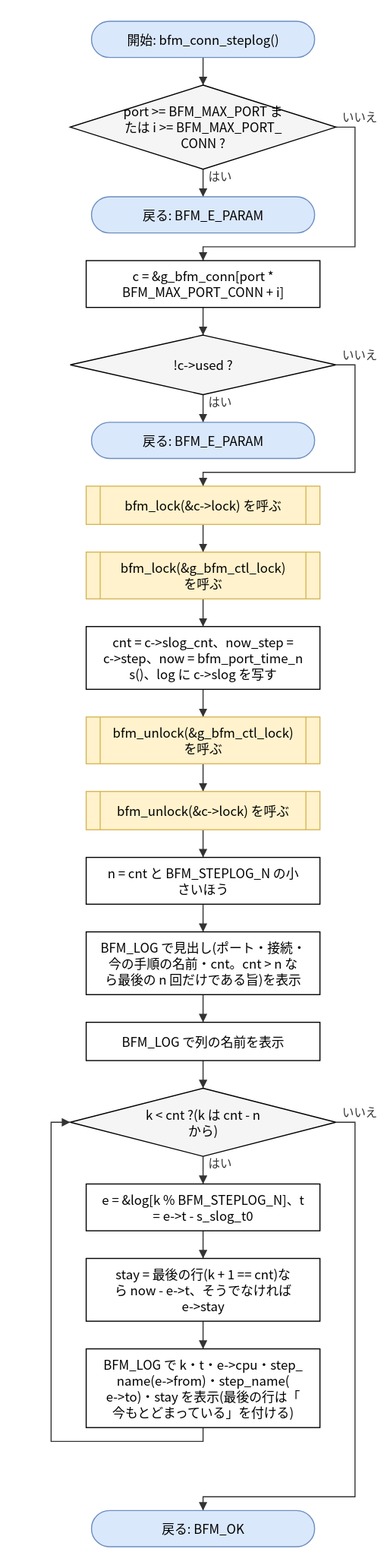
Above: doc/spec/images/flow_src_bfm_cm-bfm_conn_steplog.drawio.svg in hf355051012-ai/bfmem (draw.io), before the change. Source tidied: cells renumbered, new cells last; positions are measured from the earlier drawing's top-left corner, leaving out a move shared by most shapes.
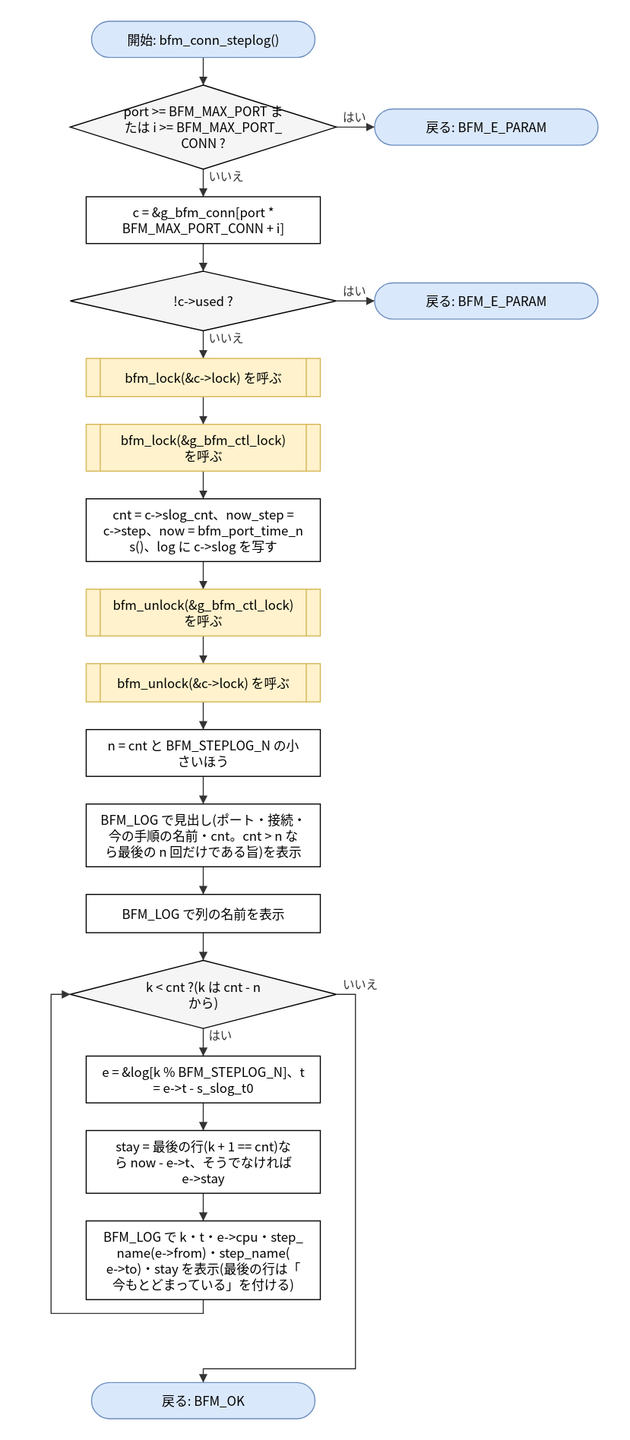
Above is the later version.

The edit, as a diff of the source:
```diff
@@ -3,22 +3,22 @@
     <mxCell id="0" />
     <mxCell id="1" parent="0" />
     <mxCell id="2" value="開始: bfm_conn_steplog()" style="rounded=1;arcSize=50;whiteSpace=wrap;html=1;fillColor=#dae8fc;strokeColor=#6c8ebf;" parent="1" vertex="1">
-      <mxGeometry x="38" width="210" height="34" as="geometry" />
+      <mxGeometry x="38" y="120" width="210" height="34" as="geometry" />
     </mxCell>
     <mxCell id="3" value="port &amp;gt;= BFM_MAX_PORT ま&lt;br&gt;たは i &amp;gt;= BFM_MAX_PORT_&lt;br&gt;CONN ?" style="rhombus;whiteSpace=wrap;html=1;fillColor=#f5f5f5;" parent="1" vertex="1">
-      <mxGeometry x="18" y="60" width="250" height="79" as="geometry" />
+      <mxGeometry x="18" y="180" width="250" height="79" as="geometry" />
     </mxCell>
     <mxCell id="4" value="戻る: BFM_E_PARAM" style="rounded=1;arcSize=50;whiteSpace=wrap;html=1;fillColor=#dae8fc;strokeColor=#6c8ebf;" parent="1" vertex="1">
-      <mxGeometry x="38" y="165" width="210" height="34" as="geometry" />
+      <mxGeometry x="304" y="202.5" width="210" height="34" as="geometry" />
     </mxCell>
     <mxCell id="5" value="c = &amp;amp;g_bfm_conn[port *&lt;br&gt;BFM_MAX_PORT_CONN + i]" style="rounded=0;whiteSpace=wrap;html=1;" parent="1" vertex="1">
-      <mxGeometry x="33" y="225" width="220" height="44" as="geometry" />
+      <mxGeometry x="33" y="285" width="220" height="44" as="geometry" />
     </mxCell>
     <mxCell id="6" value="!c-&amp;gt;used ?" style="rhombus;whiteSpace=wrap;html=1;fillColor=#f5f5f5;" parent="1" vertex="1">
-      <mxGeometry x="18" y="295" width="250" height="56" as="geometry" />
+      <mxGeometry x="18" y="355" width="250" height="56" as="geometry" />
     </mxCell>
     <mxCell id="7" value="戻る: BFM_E_PARAM" style="rounded=1;arcSize=50;whiteSpace=wrap;html=1;fillColor=#dae8fc;strokeColor=#6c8ebf;" parent="1" vertex="1">
-      <mxGeometry x="38" y="377" width="210" height="34" as="geometry" />
+      <mxGeometry x="304" y="366" width="210" height="34" as="geometry" />
     </mxCell>
     <mxCell id="8" value="bfm_lock(&amp;amp;c-&amp;gt;lock) を呼ぶ" style="shape=process;whiteSpace=wrap;html=1;backgroundOutline=1;size=0.06;fillColor=#fff2cc;strokeColor=#d6b656;" parent="1" vertex="1">
       <mxGeometry x="33" y="437" width="220" height="36" as="geometry" />
@@ -62,32 +62,20 @@
     <mxCell id="21" style="edgeStyle=none;html=1;rounded=0;endArrow=block;endFill=1;exitX=0.5000;exitY=1.0000;exitDx=0;exitDy=0;exitPerimeter=0;entryX=0.5000;entryY=0.0000;entryDx=0;entryDy=0;entryPerimeter=0;" parent="1" edge="1" source="2" target="3">
       <mxGeometry relative="1" as="geometry" />
     </mxCell>
-    <mxCell id="22" value="はい" style="edgeStyle=none;html=1;rounded=0;endArrow=block;endFill=1;exitX=0.5000;exitY=1.0000;exitDx=0;exitDy=0;exitPerimeter=0;entryX=0.5000;entryY=0.0000;entryDx=0;entryDy=0;entryPerimeter=0;" parent="1" edge="1" source="3" target="4">
+    <mxCell id="22" value="はい" style="edgeStyle=none;html=1;rounded=0;endArrow=block;endFill=1;exitX=1.0000;exitY=0.5000;exitDx=0;exitDy=0;exitPerimeter=0;entryX=0.0000;entryY=0.5000;entryDx=0;entryDy=0;entryPerimeter=0;" parent="1" edge="1" source="3" target="4">
       <mxGeometry relative="1" as="geometry" />
     </mxCell>
-    <mxCell id="23" value="いいえ" style="edgeStyle=none;html=1;rounded=0;endArrow=block;endFill=1;exitX=1.0000;exitY=0.5000;exitDx=0;exitDy=0;exitPerimeter=0;entryX=0.5000;entryY=0.0000;entryDx=0;entryDy=0;entryPerimeter=0;" parent="1" edge="1" source="3" target="5">
-      <mxGeometry relative="1" as="geometry">
-        <Array as="points">
-          <mxPoint x="286" y="99.5" />
-          <mxPoint x="286" y="212" />
-          <mxPoint x="143" y="212" />
-        </Array>
-      </mxGeometry>
+    <mxCell id="23" value="いいえ" style="edgeStyle=none;html=1;rounded=0;endArrow=block;endFill=1;exitX=0.5000;exitY=1.0000;exitDx=0;exitDy=0;exitPerimeter=0;entryX=0.5000;entryY=0.0000;entryDx=0;entryDy=0;entryPerimeter=0;" parent="1" edge="1" source="3" target="5">
+      <mxGeometry relative="1" as="geometry" />
     </mxCell>
     <mxCell id="24" style="edgeStyle=none;html=1;rounded=0;endArrow=block;endFill=1;exitX=0.5000;exitY=1.0000;exitDx=0;exitDy=0;exitPerimeter=0;entryX=0.5000;entryY=0.0000;entryDx=0;entryDy=0;entryPerimeter=0;" parent="1" edge="1" source="5" target="6">
       <mxGeometry relative="1" as="geometry" />
     </mxCell>
-    <mxCell id="25" value="はい" style="edgeStyle=none;html=1;rounded=0;endArrow=block;endFill=1;exitX=0.5000;exitY=1.0000;exitDx=0;exitDy=0;exitPerimeter=0;entryX=0.5000;entryY=0.0000;entryDx=0;entryDy=0;entryPerimeter=0;" parent="1" edge="1" source="6" target="7">
+    <mxCell id="25" value="はい" style="edgeStyle=none;html=1;rounded=0;endArrow=block;endFill=1;exitX=1.0000;exitY=0.5000;exitDx=0;exitDy=0;exitPerimeter=0;entryX=0.0000;entryY=0.5000;entryDx=0;entryDy=0;entryPerimeter=0;" parent="1" edge="1" source="6" target="7">
       <mxGeometry relative="1" as="geometry" />
     </mxCell>
-    <mxCell id="26" value="いいえ" style="edgeStyle=none;html=1;rounded=0;endArrow=block;endFill=1;exitX=1.0000;exitY=0.5000;exitDx=0;exitDy=0;exitPerimeter=0;entryX=0.5000;entryY=0.0000;entryDx=0;entryDy=0;entryPerimeter=0;" parent="1" edge="1" source="6" target="8">
-      <mxGeometry relative="1" as="geometry">
-        <Array as="points">
-          <mxPoint x="286" y="323" />
-          <mxPoint x="286" y="424" />
-          <mxPoint x="143" y="424" />
-        </Array>
-      </mxGeometry>
+    <mxCell id="26" value="いいえ" style="edgeStyle=none;html=1;rounded=0;endArrow=block;endFill=1;exitX=0.5000;exitY=1.0000;exitDx=0;exitDy=0;exitPerimeter=0;entryX=0.5000;entryY=0.0000;entryDx=0;entryDy=0;entryPerimeter=0;" parent="1" edge="1" source="6" target="8">
+      <mxGeometry relative="1" as="geometry" />
     </mxCell>
     <mxCell id="27" style="edgeStyle=none;html=1;rounded=0;endArrow=block;endFill=1;exitX=0.5000;exitY=1.0000;exitDx=0;exitDy=0;exitPerimeter=0;entryX=0.5000;entryY=0.0000;entryDx=0;entryDy=0;entryPerimeter=0;" parent="1" edge="1" source="8" target="9">
       <mxGeometry relative="1" as="geometry" />
```
